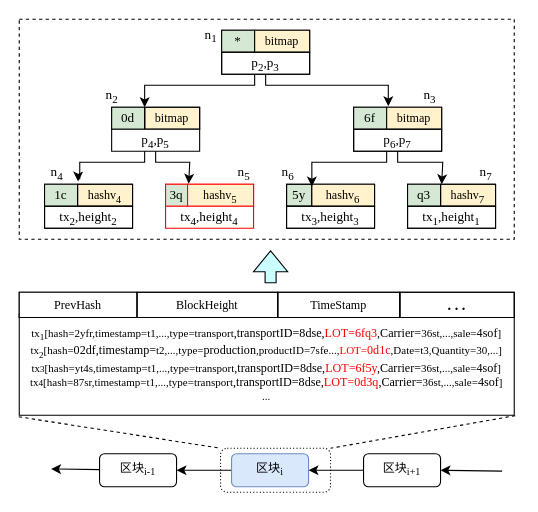
This is page "3.5" (7 of 21) of 未命名绘图.drawio from jue73/7339, a draw.io file, before an edit. Source tidied: cells renumbered, new cells numbered last; positions are measured from the earlier drawing's top-left corner, leaving out a move shared by most shapes. Both pictures are drawn from the tidied source at 110%, with x=0, y=0 at pixel (19, 19).
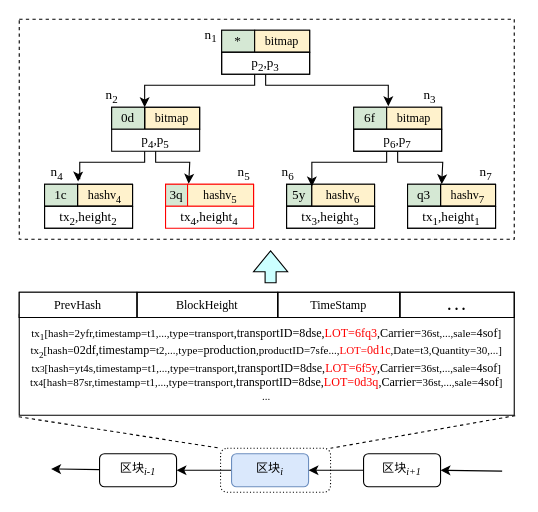
After the change.

Diff of the diagram source:
```diff
@@
-    <mxCell id="8" value="&lt;font face=&quot;宋体&quot;&gt;区块&lt;/font&gt;&lt;sub&gt;i-1&lt;/sub&gt;" style="rounded=1;whiteSpace=wrap;html=1;fontFamily=Times New Roman;fontSize=11;" parent="1" vertex="1">
+    <mxCell id="8" value="&lt;font face=&quot;宋体&quot;&gt;区块&lt;/font&gt;&lt;sub&gt;&lt;i&gt;i-1&lt;/i&gt;&lt;/sub&gt;" style="rounded=1;whiteSpace=wrap;html=1;fontFamily=Times New Roman;fontSize=11;" parent="1" vertex="1">
       <mxGeometry x="73" y="395" width="70" height="30" as="geometry" />
     </mxCell>
@@
-    <mxCell id="10" value="&lt;font face=&quot;宋体&quot;&gt;区块&lt;/font&gt;&lt;sub&gt;i&lt;/sub&gt;" style="rounded=1;whiteSpace=wrap;html=1;fontFamily=Times New Roman;fontSize=11;fillColor=#dae8fc;strokeColor=#6c8ebf;" parent="1" vertex="1">
+    <mxCell id="10" value="&lt;font face=&quot;宋体&quot;&gt;区块&lt;/font&gt;&lt;sub&gt;&lt;i&gt;i&lt;/i&gt;&lt;/sub&gt;" style="rounded=1;whiteSpace=wrap;html=1;fontFamily=Times New Roman;fontSize=11;fillColor=#dae8fc;strokeColor=#6c8ebf;" parent="1" vertex="1">
       <mxGeometry x="193" y="395" width="70" height="30" as="geometry" />
     </mxCell>
@@
-    <mxCell id="12" value="&lt;font face=&quot;宋体&quot;&gt;区块&lt;/font&gt;&lt;sub&gt;i+1&lt;/sub&gt;" style="rounded=1;whiteSpace=wrap;html=1;fontFamily=Times New Roman;fontSize=11;" parent="1" vertex="1">
+    <mxCell id="12" value="&lt;font face=&quot;宋体&quot;&gt;区块&lt;/font&gt;&lt;sub&gt;&lt;i&gt;i+1&lt;/i&gt;&lt;/sub&gt;" style="rounded=1;whiteSpace=wrap;html=1;fontFamily=Times New Roman;fontSize=11;" parent="1" vertex="1">
       <mxGeometry x="313" y="395" width="70" height="30" as="geometry" />
     </mxCell>
```
